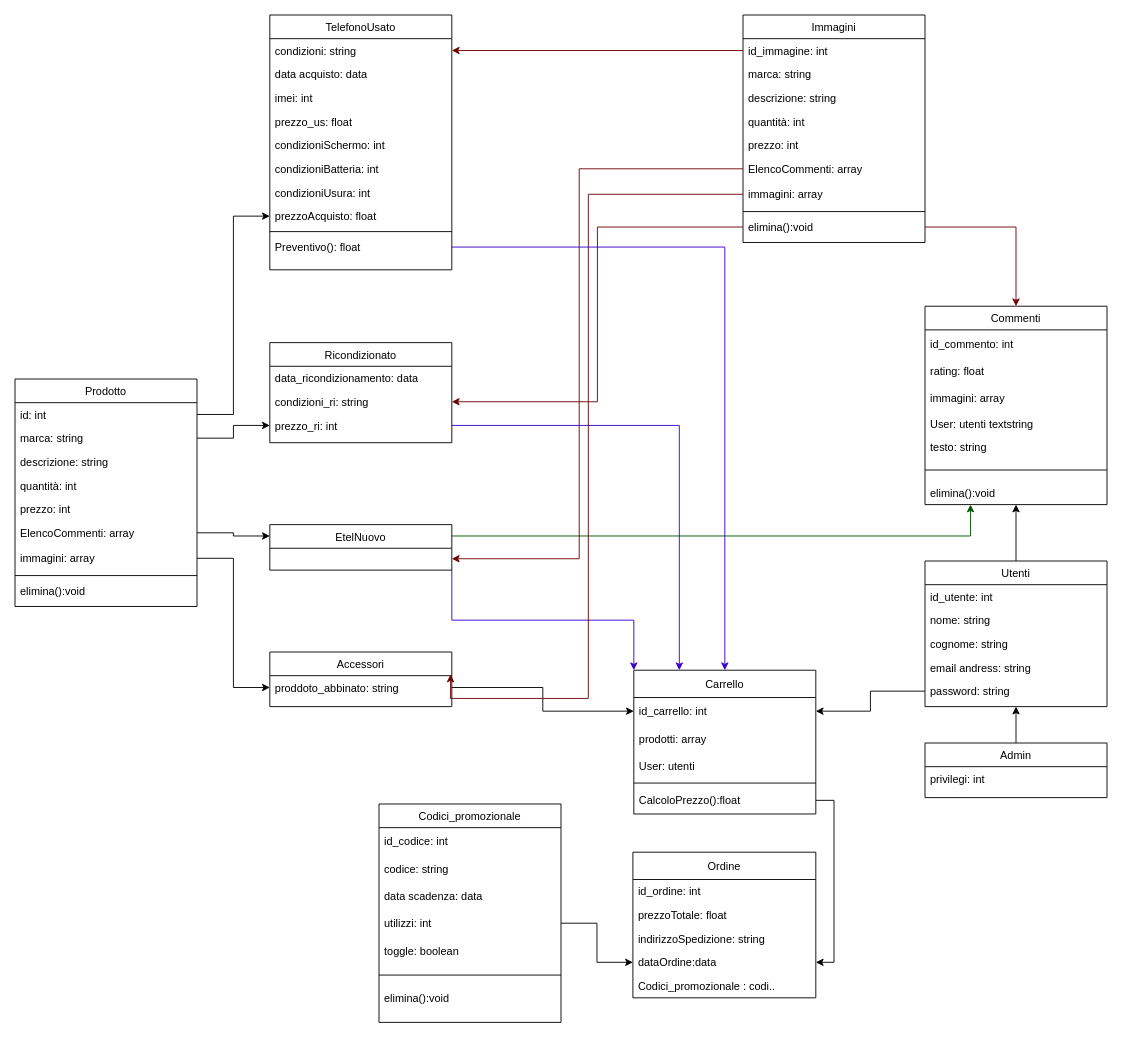
doublep21/PearShop keeps this draw.io diagram as PearShop2.drawio. Above is the earlier version. Source tidied: cells renumbered, new cells numbered last; positions are measured from the earlier drawing's top-left corner, leaving out a move shared by most shapes. Both pictures are drawn from the tidied source at 91%, with x=0, y=0 at pixel (15, 15).
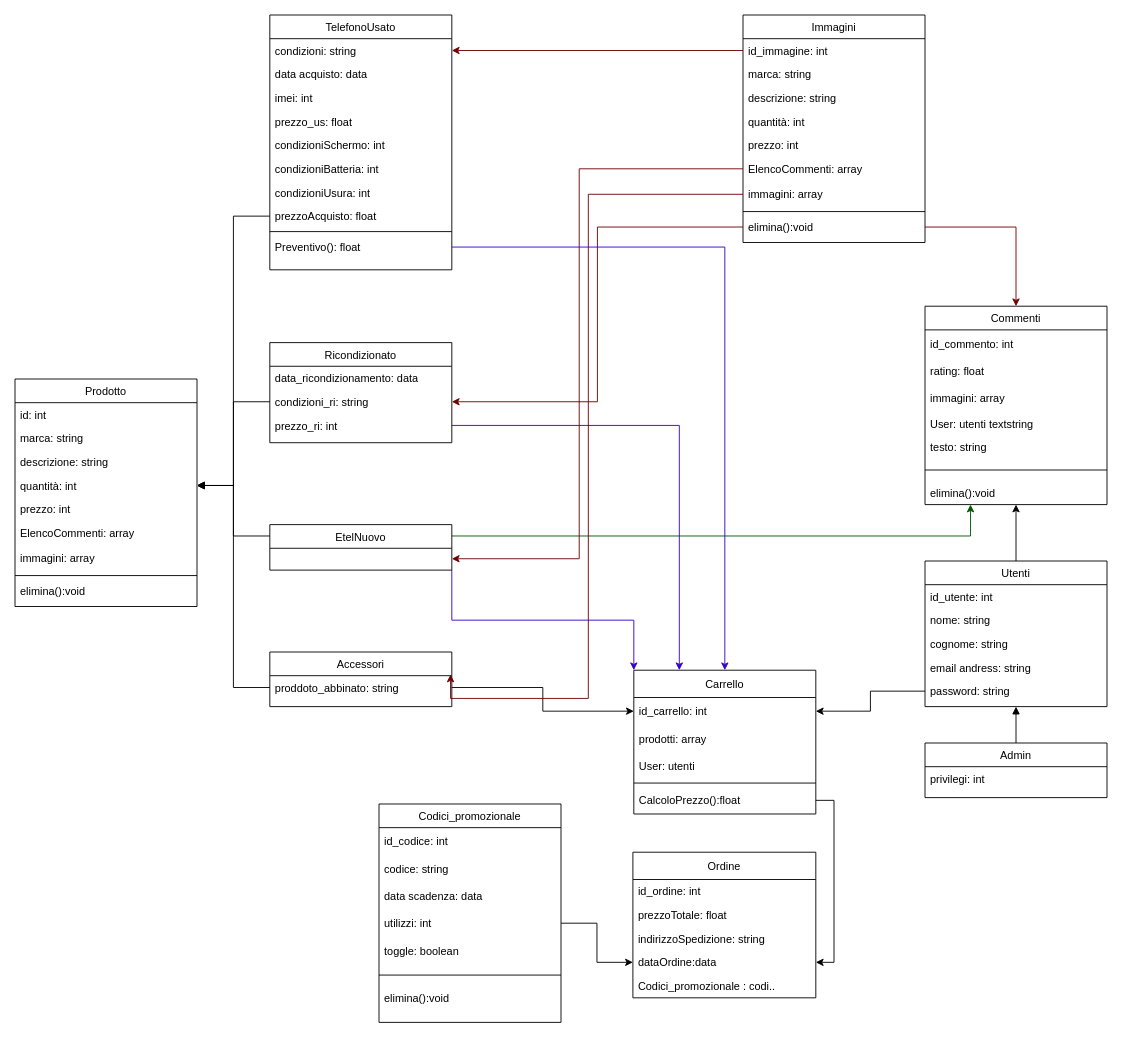
After the change.

Commit message:
correzzione generalizzazione

The change refers to these unchanged cells:
```xml
<mxCell id="3" value="id: int&#10;" style="text;align=left;verticalAlign=top;spacingLeft=4;spacingRight=4;overflow=hidden;points=[[0,0.5],[1,0.5]];portConstraint=eastwest;" parent="2" vertex="1">
  <mxGeometry y="26" width="200" height="26" as="geometry" />
</mxCell>
<mxCell id="4" value="marca: string&#10;" style="text;align=left;verticalAlign=top;spacingLeft=4;spacingRight=4;overflow=hidden;points=[[0,0.5],[1,0.5]];portConstraint=eastwest;rounded=0;shadow=0;html=0;" parent="2" vertex="1">
  <mxGeometry y="52" width="200" height="26" as="geometry" />
</mxCell>
<mxCell id="6" value="quantità: int" style="text;align=left;verticalAlign=top;spacingLeft=4;spacingRight=4;overflow=hidden;points=[[0,0.5],[1,0.5]];portConstraint=eastwest;" parent="2" vertex="1">
  <mxGeometry y="104" width="200" height="26" as="geometry" />
</mxCell>
<mxCell id="8" value="ElencoCommenti: array" style="text;strokeColor=none;fillColor=none;align=left;verticalAlign=middle;spacingLeft=4;spacingRight=4;overflow=hidden;points=[[0,0.5],[1,0.5]];portConstraint=eastwest;" parent="2" vertex="1">
  <mxGeometry y="156" width="200" height="26" as="geometry" />
</mxCell>
<mxCell id="9" value="immagini: array" style="text;strokeColor=none;fillColor=none;align=left;verticalAlign=middle;spacingLeft=4;spacingRight=4;overflow=hidden;points=[[0,0.5],[1,0.5]];portConstraint=eastwest;" parent="2" vertex="1">
  <mxGeometry y="182" width="200" height="30" as="geometry" />
</mxCell>
<mxCell id="20" value="prezzoAcquisto: float" style="text;align=left;verticalAlign=top;spacingLeft=4;spacingRight=4;overflow=hidden;points=[[0,0.5],[1,0.5]];portConstraint=eastwest;" parent="12" vertex="1">
  <mxGeometry y="208" width="200" height="26" as="geometry" />
</mxCell>
<mxCell id="25" value="condizioni_ri: string" style="text;align=left;verticalAlign=top;spacingLeft=4;spacingRight=4;overflow=hidden;points=[[0,0.5],[1,0.5]];portConstraint=eastwest;rounded=0;shadow=0;html=0;" parent="23" vertex="1">
  <mxGeometry y="52" width="200" height="26" as="geometry" />
</mxCell>
<mxCell id="26" value="prezzo_ri: int" style="text;align=left;verticalAlign=top;spacingLeft=4;spacingRight=4;overflow=hidden;points=[[0,0.5],[1,0.5]];portConstraint=eastwest;rounded=0;shadow=0;html=0;" parent="23" vertex="1">
  <mxGeometry y="78" width="200" height="26" as="geometry" />
</mxCell>
<mxCell id="29" value="EtelNuovo" style="swimlane;fontStyle=0;align=center;verticalAlign=top;horizontal=1;startSize=26;rounded=0;shadow=0;strokeWidth=1;" parent="1" vertex="1">
  <mxGeometry x="280" y="560" width="200" height="50" as="geometry" />
</mxCell>
<mxCell id="31" value="proddoto_abbinato: string" style="text;align=left;verticalAlign=top;spacingLeft=4;spacingRight=4;overflow=hidden;points=[[0,0.5],[1,0.5]];portConstraint=eastwest;rounded=0;shadow=0;html=0;" parent="30" vertex="1">
  <mxGeometry y="26" width="200" height="26" as="geometry" />
</mxCell>
<mxCell id="61" value="Utenti" style="swimlane;fontStyle=0;align=center;verticalAlign=top;horizontal=1;startSize=26;rounded=0;shadow=0;strokeWidth=1;" parent="1" vertex="1">
  <mxGeometry x="1000" y="600" width="200" height="160" as="geometry" />
</mxCell>
<mxCell id="69" value="Admin" style="swimlane;fontStyle=0;align=center;verticalAlign=top;horizontal=1;startSize=26;rounded=0;shadow=0;strokeWidth=1;" parent="1" vertex="1">
  <mxGeometry x="1000" y="800" width="200" height="60" as="geometry" />
</mxCell>
```

Diff of the diagram source:
```diff
@@
-    <mxCell id="32" style="edgeStyle=orthogonalEdgeStyle;rounded=0;jettySize=auto;html=1;exitX=1;exitY=0.5;exitDx=0;exitDy=0;entryX=0;entryY=0.25;entryDx=0;entryDy=0;" parent="1" edge="1" source="8" target="29">
+    <mxCell id="32" style="edgeStyle=orthogonalEdgeStyle;rounded=0;jettySize=auto;html=1;exitX=1;exitY=0.5;exitDx=0;exitDy=0;entryX=0;entryY=0.25;entryDx=0;entryDy=0;startArrow=block;startFill=1;endArrow=none;endFill=0;" parent="1" edge="1" source="6" target="29">
       <mxGeometry relative="1" as="geometry" />
     </mxCell>
-    <mxCell id="33" style="edgeStyle=orthogonalEdgeStyle;rounded=0;jettySize=auto;html=1;exitX=1;exitY=0.5;exitDx=0;exitDy=0;entryX=0;entryY=0.5;entryDx=0;entryDy=0;" parent="1" edge="1" source="4" target="26">
-      <mxGeometry relative="1" as="geometry" />
-    </mxCell>
-    <mxCell id="34" style="edgeStyle=orthogonalEdgeStyle;rounded=0;jettySize=auto;html=1;exitX=1;exitY=0.5;exitDx=0;exitDy=0;entryX=0;entryY=0.5;entryDx=0;entryDy=0;" parent="1" edge="1" source="3" target="20">
-      <mxGeometry relative="1" as="geometry" />
+    <mxCell id="34" style="edgeStyle=orthogonalEdgeStyle;rounded=0;jettySize=auto;html=1;exitX=1;exitY=0.5;exitDx=0;exitDy=0;entryX=0;entryY=0.5;entryDx=0;entryDy=0;startArrow=block;startFill=1;endArrow=none;endFill=0;" parent="1" edge="1" source="6" target="20">
+      <mxGeometry relative="1" as="geometry">
+        <Array as="points">
+          <mxPoint x="240" y="517" />
+          <mxPoint x="240" y="221" />
+        </Array>
+      </mxGeometry>
     </mxCell>
@@
-    <mxCell id="68" style="edgeStyle=orthogonalEdgeStyle;rounded=0;jettySize=auto;html=1;exitX=0.5;exitY=0;exitDx=0;exitDy=0;entryX=0.5;entryY=1;entryDx=0;entryDy=0;" parent="1" edge="1" source="69" target="61">
+    <mxCell id="68" style="edgeStyle=orthogonalEdgeStyle;rounded=0;jettySize=auto;html=1;exitX=0.5;exitY=0;exitDx=0;exitDy=0;entryX=0.5;entryY=1;entryDx=0;entryDy=0;endArrow=block;endFill=1;" parent="1" edge="1" source="69" target="61">
       <mxGeometry relative="1" as="geometry" />
     </mxCell>
@@
-    <mxCell id="94" style="edgeStyle=orthogonalEdgeStyle;rounded=0;jettySize=auto;html=1;exitX=1;exitY=0.5;exitDx=0;exitDy=0;entryX=0;entryY=0.5;entryDx=0;entryDy=0;" parent="1" edge="1" source="9" target="31">
+    <mxCell id="94" style="edgeStyle=orthogonalEdgeStyle;rounded=0;jettySize=auto;html=1;exitX=1;exitY=0.5;exitDx=0;exitDy=0;entryX=0;entryY=0.5;entryDx=0;entryDy=0;startArrow=block;startFill=1;endArrow=none;endFill=0;" parent="1" edge="1" source="6" target="31">
       <mxGeometry relative="1" as="geometry" />
     </mxCell>
+    <mxCell id="95" style="edgeStyle=orthogonalEdgeStyle;rounded=0;jettySize=auto;html=1;exitX=0;exitY=0.5;exitDx=0;exitDy=0;entryX=1;entryY=0.5;entryDx=0;entryDy=0;startArrow=none;startFill=0;endArrow=block;endFill=1;" parent="1" edge="1" source="25" target="6">
+      <mxGeometry relative="1" as="geometry" />
+    </mxCell>
```
